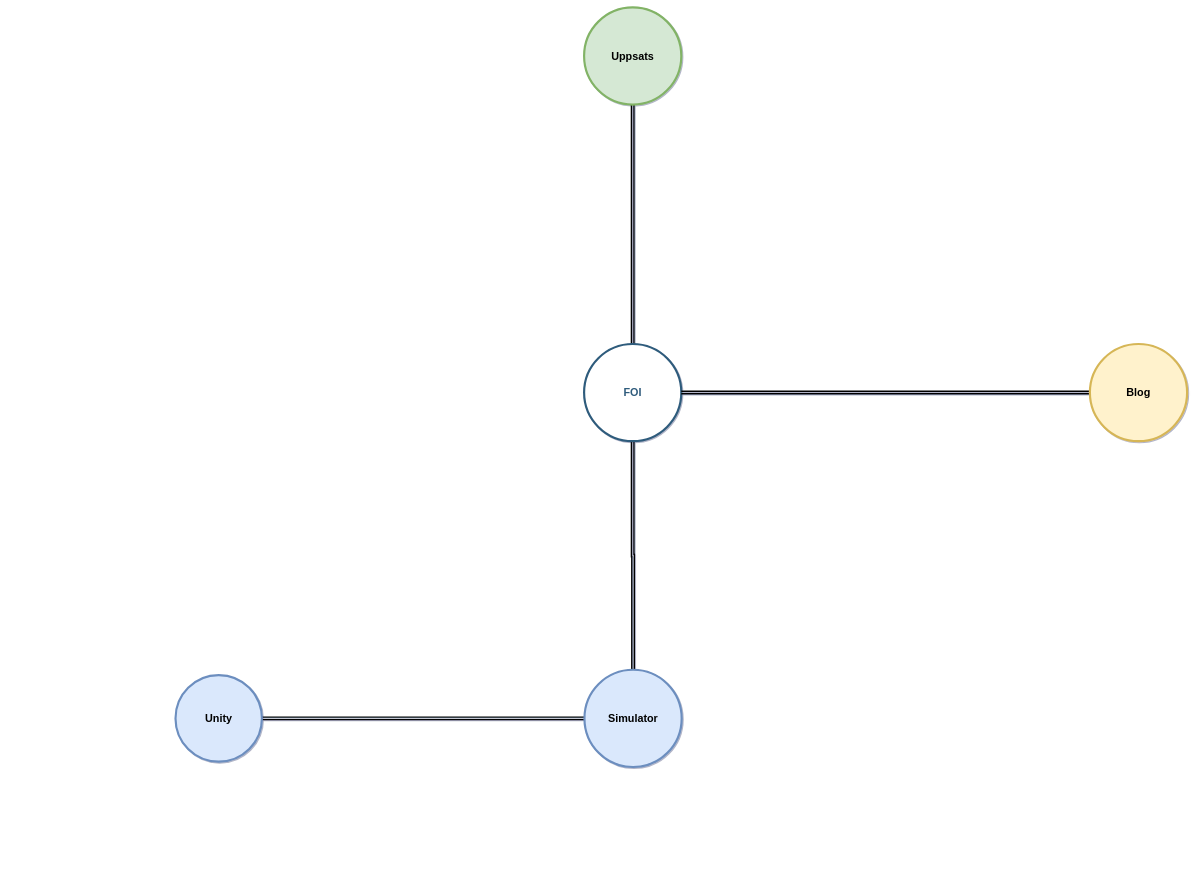
Earlier version of the draw.io diagram DrawIO/Untitled Diagram.drawio (RabaDabaDoba/FOI). Source tidied: cells renumbered, new cells numbered last; positions are measured from the earlier drawing's top-left corner, leaving out a move shared by most shapes. Both pictures are drawn from the tidied source at 36%, with x=0, y=0 at pixel (175, 7).
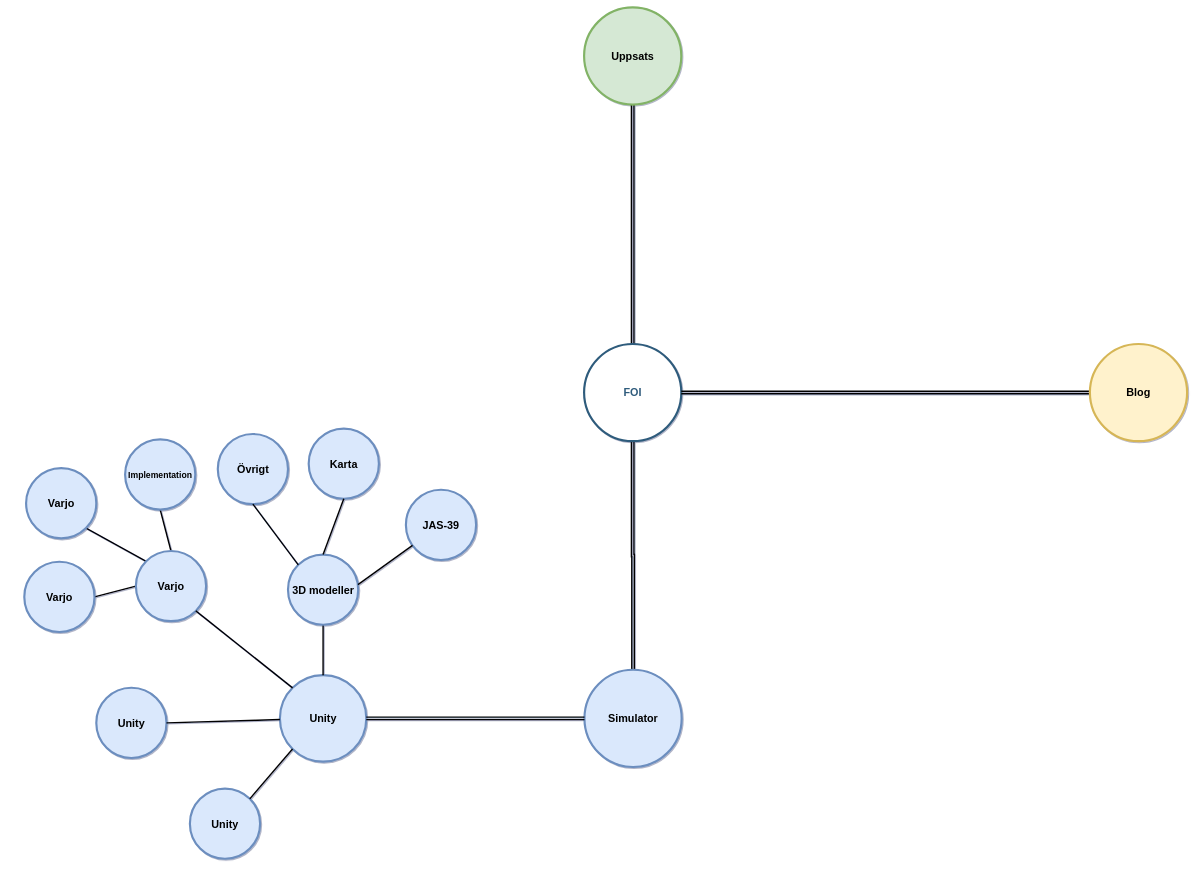
The same diagram, later.

What changed in the source:
```diff
@@
+    <mxCell id="11" style="group;" parent="1" vertex="1">
+      <mxGeometry x="-470" y="1140" width="1876" height="1245" as="geometry" />
+    </mxCell>
+    <mxCell id="9" value="Simulator" style="ellipse;whiteSpace=wrap;html=1;shadow=0;fontFamily=Helvetica;fontSize=30;align=center;strokeColor=#6c8ebf;strokeWidth=6;fillColor=#dae8fc;fontStyle=1;" parent="11" vertex="1">
+      <mxGeometry x="1606" y="700" width="270" height="270" as="geometry" />
+    </mxCell>
+    <mxCell id="12" style="group;" parent="11" vertex="1">
+      <mxGeometry width="1015" height="1245" as="geometry" />
+    </mxCell>
+    <mxCell id="10" value="Unity" style="ellipse;whiteSpace=wrap;html=1;shadow=0;fontFamily=Helvetica;fontSize=30;align=center;strokeColor=#6c8ebf;strokeWidth=6;fillColor=#dae8fc;fontStyle=1;" parent="12" vertex="1">
+      <mxGeometry x="760" y="715" width="240" height="240" as="geometry" />
+    </mxCell>
+    <mxCell id="13" style="edgeStyle=orthogonalEdgeStyle;shape=connector;curved=1;rounded=0;jettySize=auto;html=1;exitX=0.5;exitY=1;exitDx=0;exitDy=0;labelBackgroundColor=default;fontFamily=Helvetica;fontSize=11;fontColor=default;endArrow=none;endFill=0;strokeColor=default;strokeWidth=4;" parent="12" edge="1" source="14" target="10">
+      <mxGeometry relative="1" as="geometry" />
+    </mxCell>
+    <mxCell id="14" value="3D modeller" style="ellipse;whiteSpace=wrap;html=1;shadow=0;fontFamily=Helvetica;fontSize=30;align=center;strokeColor=#6c8ebf;strokeWidth=6;fillColor=#dae8fc;fontStyle=1;" parent="12" vertex="1">
+      <mxGeometry x="782.5" y="380" width="195" height="195" as="geometry" />
+    </mxCell>
+    <mxCell id="15" style="edgeStyle=none;shape=connector;rounded=0;jettySize=auto;html=1;exitX=0.5;exitY=0;exitDx=0;exitDy=0;entryX=0.5;entryY=1;entryDx=0;entryDy=0;labelBackgroundColor=default;fontFamily=Helvetica;fontSize=11;fontColor=default;endArrow=none;endFill=0;strokeColor=default;strokeWidth=4;" parent="12" edge="1" source="18" target="28">
+      <mxGeometry relative="1" as="geometry" />
+    </mxCell>
+    <mxCell id="16" style="edgeStyle=none;shape=connector;rounded=0;jettySize=auto;html=1;exitX=0;exitY=0;exitDx=0;exitDy=0;entryX=1;entryY=1;entryDx=0;entryDy=0;labelBackgroundColor=default;fontFamily=Helvetica;fontSize=11;fontColor=default;endArrow=none;endFill=0;strokeColor=default;strokeWidth=4;" parent="12" edge="1" source="18" target="29">
+      <mxGeometry relative="1" as="geometry" />
+    </mxCell>
+    <mxCell id="17" style="edgeStyle=none;shape=connector;rounded=0;jettySize=auto;html=1;exitX=0;exitY=0.5;exitDx=0;exitDy=0;entryX=1;entryY=0.5;entryDx=0;entryDy=0;labelBackgroundColor=default;fontFamily=Helvetica;fontSize=11;fontColor=default;endArrow=none;endFill=0;strokeColor=default;strokeWidth=4;" parent="12" edge="1" source="18" target="30">
+      <mxGeometry relative="1" as="geometry" />
+    </mxCell>
+    <mxCell id="18" value="Varjo" style="ellipse;whiteSpace=wrap;html=1;shadow=0;fontFamily=Helvetica;fontSize=30;align=center;strokeColor=#6c8ebf;strokeWidth=6;fillColor=#dae8fc;fontStyle=1;" parent="12" vertex="1">
+      <mxGeometry x="360" y="370" width="195" height="195" as="geometry" />
+    </mxCell>
+    <mxCell id="19" style="shape=connector;rounded=0;jettySize=auto;html=1;exitX=0;exitY=0;exitDx=0;exitDy=0;entryX=1;entryY=1;entryDx=0;entryDy=0;labelBackgroundColor=default;fontFamily=Helvetica;fontSize=11;fontColor=default;endArrow=none;endFill=0;strokeColor=default;strokeWidth=4;" parent="12" edge="1" source="10" target="18">
+      <mxGeometry relative="1" as="geometry" />
+    </mxCell>
+    <mxCell id="20" value="Unity" style="ellipse;whiteSpace=wrap;html=1;shadow=0;fontFamily=Helvetica;fontSize=30;align=center;strokeColor=#6c8ebf;strokeWidth=6;fillColor=#dae8fc;fontStyle=1;" parent="12" vertex="1">
+      <mxGeometry x="250" y="750" width="195" height="195" as="geometry" />
+    </mxCell>
+    <mxCell id="21" style="edgeStyle=none;shape=connector;rounded=0;jettySize=auto;html=1;entryX=1;entryY=0.5;entryDx=0;entryDy=0;labelBackgroundColor=default;fontFamily=Helvetica;fontSize=11;fontColor=default;endArrow=none;endFill=0;strokeColor=default;strokeWidth=4;" parent="12" edge="1" source="10" target="20">
+      <mxGeometry relative="1" as="geometry" />
+    </mxCell>
+    <mxCell id="22" value="Unity" style="ellipse;whiteSpace=wrap;html=1;shadow=0;fontFamily=Helvetica;fontSize=30;align=center;strokeColor=#6c8ebf;strokeWidth=6;fillColor=#dae8fc;fontStyle=1;" parent="12" vertex="1">
+      <mxGeometry x="510" y="1030" width="195" height="195" as="geometry" />
+    </mxCell>
+    <mxCell id="23" style="edgeStyle=none;shape=connector;rounded=0;jettySize=auto;html=1;exitX=0;exitY=1;exitDx=0;exitDy=0;entryX=1;entryY=0;entryDx=0;entryDy=0;labelBackgroundColor=default;fontFamily=Helvetica;fontSize=11;fontColor=default;endArrow=none;endFill=0;strokeColor=default;strokeWidth=4;" parent="12" edge="1" source="10" target="22">
+      <mxGeometry relative="1" as="geometry" />
+    </mxCell>
+    <mxCell id="24" value="Karta" style="ellipse;whiteSpace=wrap;html=1;shadow=0;fontFamily=Helvetica;fontSize=30;align=center;strokeColor=#6c8ebf;strokeWidth=6;fillColor=#dae8fc;fontStyle=1;" parent="12" vertex="1">
+      <mxGeometry x="840" y="30" width="195" height="195" as="geometry" />
+    </mxCell>
+    <mxCell id="25" style="edgeStyle=none;shape=connector;rounded=0;jettySize=auto;html=1;exitX=0.5;exitY=0;exitDx=0;exitDy=0;entryX=0.5;entryY=1;entryDx=0;entryDy=0;labelBackgroundColor=default;fontFamily=Helvetica;fontSize=11;fontColor=default;endArrow=none;endFill=0;strokeColor=default;strokeWidth=4;" parent="12" edge="1" source="14" target="24">
+      <mxGeometry relative="1" as="geometry" />
+    </mxCell>
+    <mxCell id="26" value="Övrigt" style="ellipse;whiteSpace=wrap;html=1;shadow=0;fontFamily=Helvetica;fontSize=30;align=center;strokeColor=#6c8ebf;strokeWidth=6;fillColor=#dae8fc;fontStyle=1;" parent="12" vertex="1">
+      <mxGeometry x="587.5" y="45" width="195" height="195" as="geometry" />
+    </mxCell>
+    <mxCell id="27" style="edgeStyle=none;shape=connector;rounded=0;jettySize=auto;html=1;exitX=0;exitY=0;exitDx=0;exitDy=0;entryX=0.5;entryY=1;entryDx=0;entryDy=0;labelBackgroundColor=default;fontFamily=Helvetica;fontSize=11;fontColor=default;endArrow=none;endFill=0;strokeColor=default;strokeWidth=4;" parent="12" edge="1" source="14" target="26">
+      <mxGeometry relative="1" as="geometry" />
+    </mxCell>
+    <mxCell id="28" value="&lt;font style=&quot;font-size: 24px&quot;&gt;Implementation&lt;/font&gt;" style="ellipse;whiteSpace=wrap;html=1;shadow=0;fontFamily=Helvetica;fontSize=30;align=center;strokeColor=#6c8ebf;strokeWidth=6;fillColor=#dae8fc;fontStyle=1;" parent="12" vertex="1">
+      <mxGeometry x="330" y="60" width="195" height="195" as="geometry" />
+    </mxCell>
+    <mxCell id="29" value="Varjo" style="ellipse;whiteSpace=wrap;html=1;shadow=0;fontFamily=Helvetica;fontSize=30;align=center;strokeColor=#6c8ebf;strokeWidth=6;fillColor=#dae8fc;fontStyle=1;" parent="12" vertex="1">
+      <mxGeometry x="55" y="140" width="195" height="195" as="geometry" />
+    </mxCell>
+    <mxCell id="30" value="Varjo" style="ellipse;whiteSpace=wrap;html=1;shadow=0;fontFamily=Helvetica;fontSize=30;align=center;strokeColor=#6c8ebf;strokeWidth=6;fillColor=#dae8fc;fontStyle=1;" parent="12" vertex="1">
+      <mxGeometry x="50" y="400" width="195" height="195" as="geometry" />
+    </mxCell>
-    <mxCell id="8" style="edgeStyle=orthogonalEdgeStyle;shape=link;rounded=0;sketch=0;jettySize=auto;html=1;entryX=1;entryY=0.5;entryDx=0;entryDy=0;shadow=0;strokeWidth=4;" parent="1" edge="1" source="9" target="10">
+    <mxCell id="8" style="edgeStyle=orthogonalEdgeStyle;shape=link;rounded=0;sketch=0;jettySize=auto;html=1;entryX=1;entryY=0.5;entryDx=0;entryDy=0;shadow=0;strokeWidth=4;" parent="11" edge="1" source="9" target="10">
       <mxGeometry relative="1" as="geometry" />
     </mxCell>
-    <mxCell id="9" value="Simulator" style="ellipse;whiteSpace=wrap;html=1;shadow=0;fontFamily=Helvetica;fontSize=30;align=center;strokeColor=#6c8ebf;strokeWidth=6;fillColor=#dae8fc;fontStyle=1;" parent="1" vertex="1">
-      <mxGeometry x="1136" y="1840" width="270" height="270" as="geometry" />
-    </mxCell>
-    <mxCell id="10" value="Unity" style="ellipse;whiteSpace=wrap;html=1;shadow=0;fontFamily=Helvetica;fontSize=30;align=center;strokeColor=#6c8ebf;strokeWidth=6;fillColor=#dae8fc;fontStyle=1;" parent="1" vertex="1">
-      <mxGeometry y="1855" width="240" height="240" as="geometry" />
-    </mxCell>
+    <mxCell id="31" value="JAS-39" style="ellipse;whiteSpace=wrap;html=1;shadow=0;fontFamily=Helvetica;fontSize=30;align=center;strokeColor=#6c8ebf;strokeWidth=6;fillColor=#dae8fc;fontStyle=1;" parent="11" vertex="1">
+      <mxGeometry x="1110" y="200" width="195" height="195" as="geometry" />
+    </mxCell>
+    <mxCell id="32" style="rounded=0;jettySize=auto;html=1;exitX=0.997;exitY=0.429;exitDx=0;exitDy=0;strokeWidth=4;endArrow=none;endFill=0;exitPerimeter=0;" parent="11" edge="1" source="14" target="31">
+      <mxGeometry relative="1" as="geometry" />
+    </mxCell>
```
